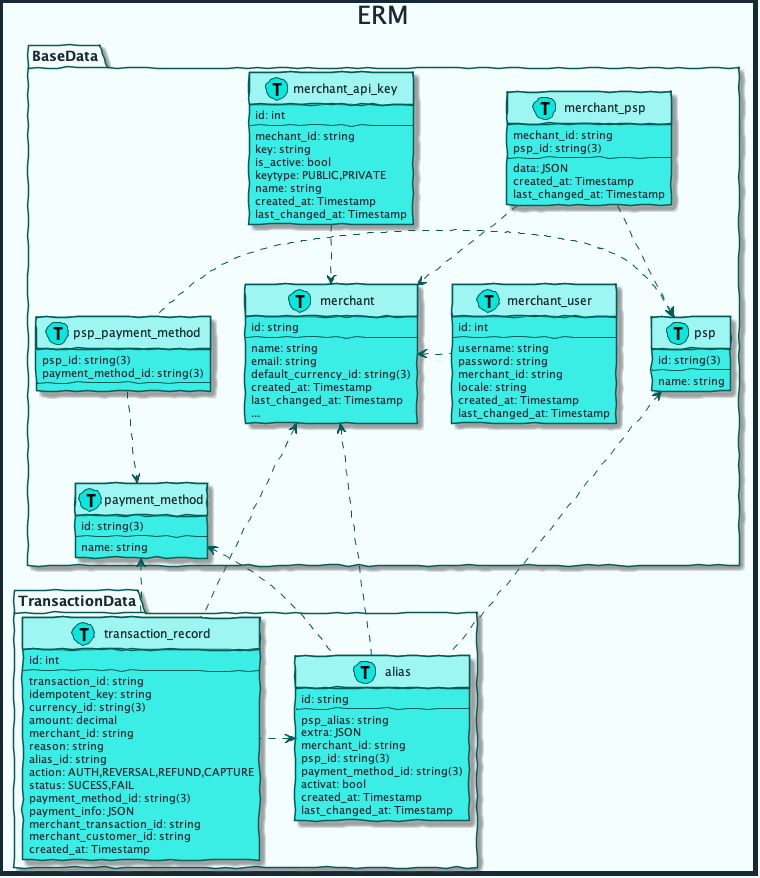
mobilabsolutions/stash-sdk-wiki keeps this PlantUML diagram as diagrams/out/erm.png. Above is the earlier version.
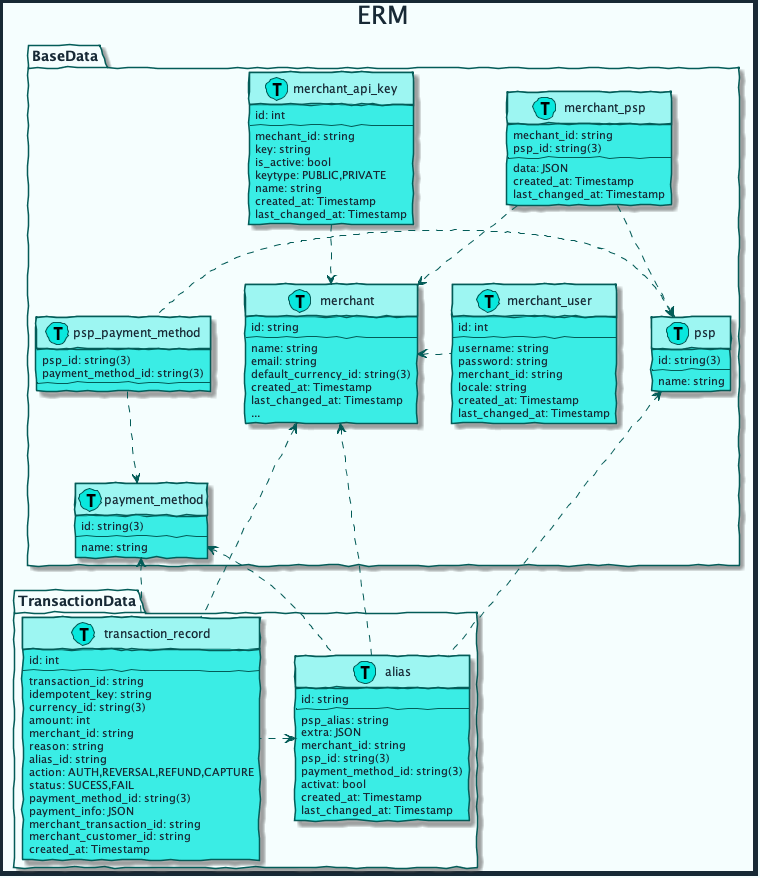
After the commit.

Commit message:
amount as int

What changed in the source:
```diff
@@ -137,7 +137,7 @@
         transaction_id: string
         idempotent_key: string
         currency_id: string(3)
-        amount: decimal
+        amount: int
         merchant_id: string
         reason: string
         alias_id: string
```
